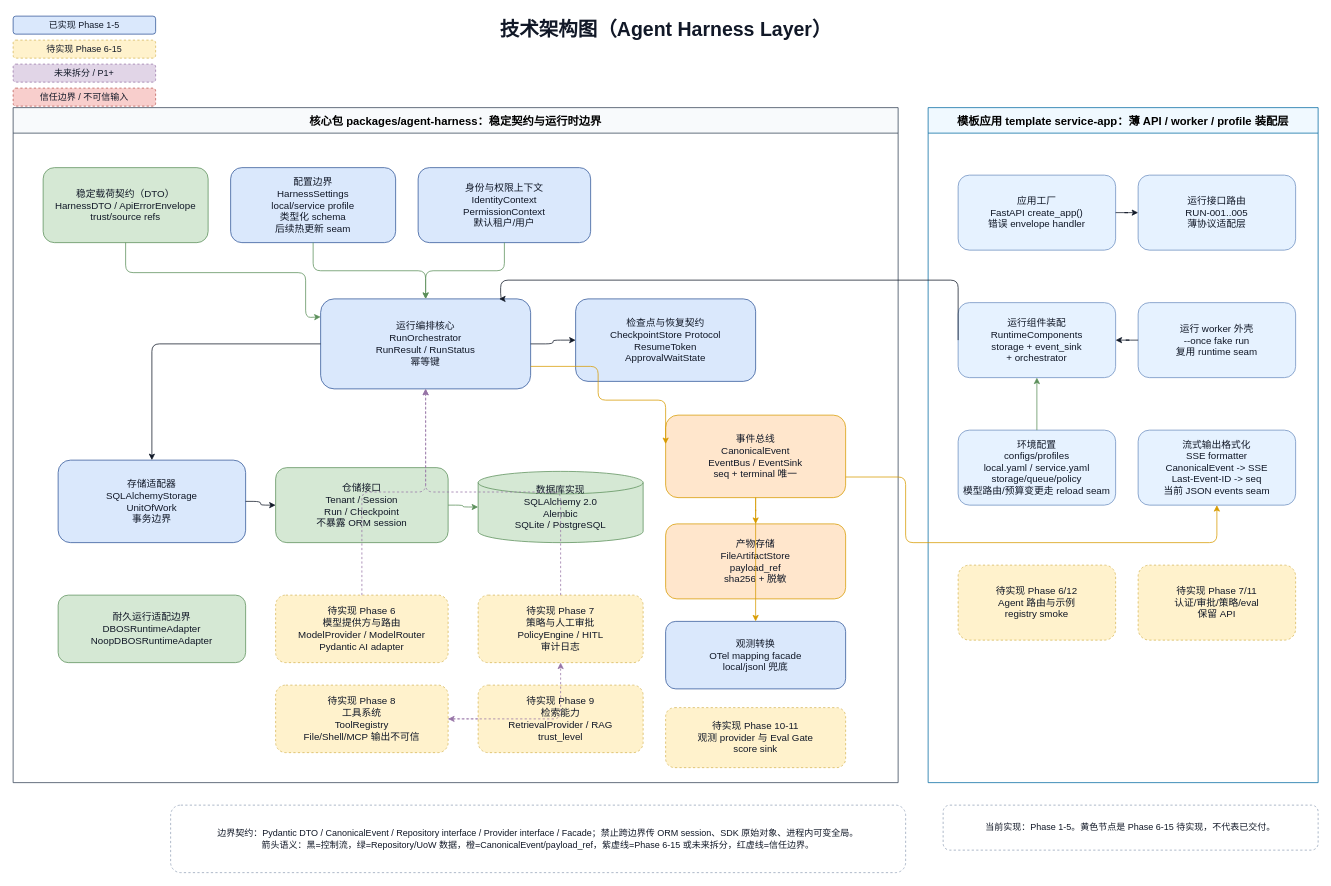
This is docs/architecture/agent-harness-technical-architecture.drawio from wdmcheng/agent-harness-layer, a draw.io file, before an edit. Source tidied: cells renumbered, new cells numbered last; positions are measured from the earlier drawing's top-left corner, leaving out a move shared by most shapes. Both pictures are drawn from the tidied source at 75%, with x=0, y=0 at pixel (13, 13).
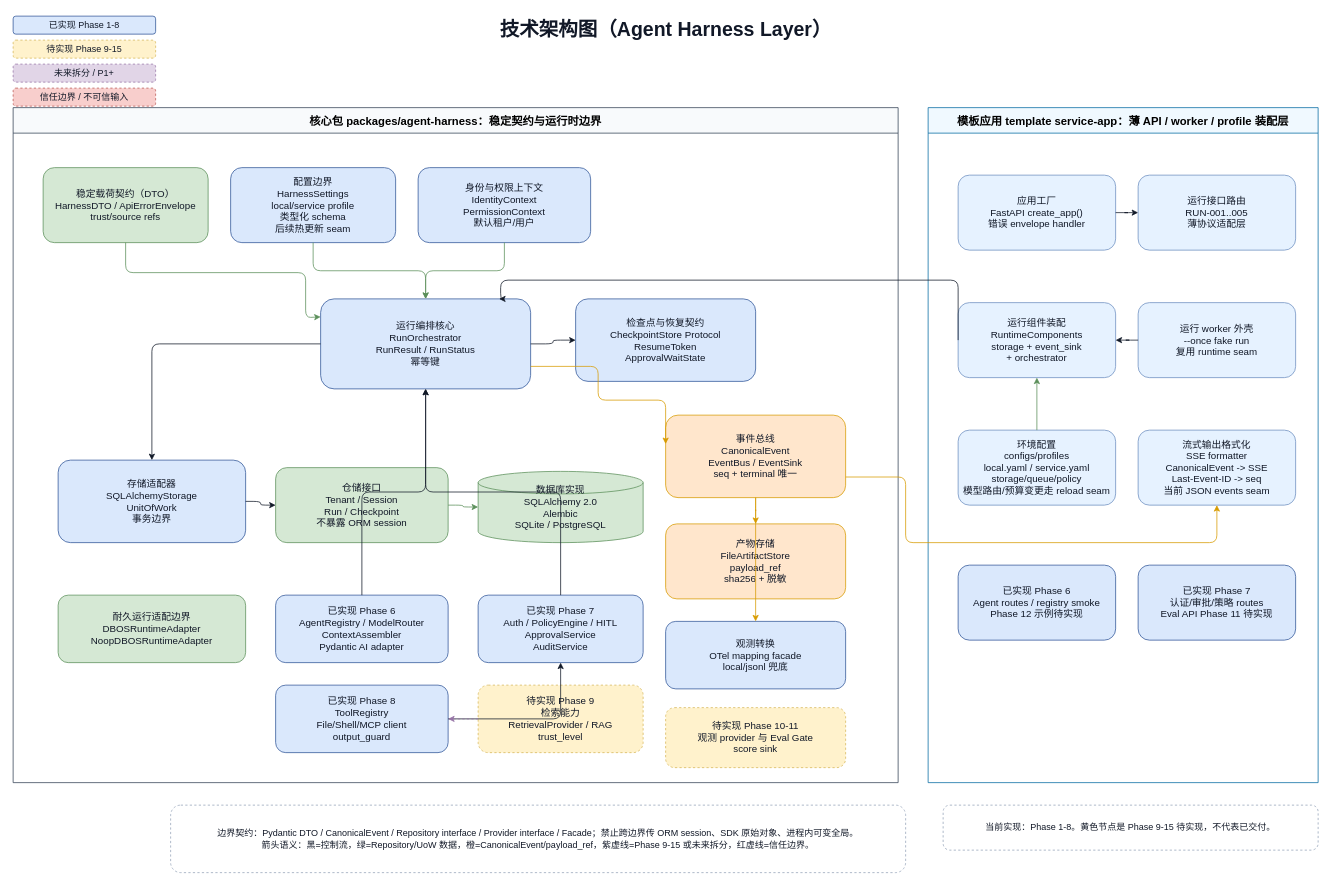
The same diagram, later.

Commit message (it also covers changes not shown here):
docs: update architecture diagrams for phase 8

The change refers to these unchanged cells:
```xml
<mxCell id="7" value="核心包 packages/agent-harness：稳定契约与运行时边界" style="swimlane;startSize=34;html=1;whiteSpace=wrap;rounded=0;fontSize=15;fontStyle=1;fillColor=#f8fafc;strokeColor=#334155;" parent="1" vertex="1">
  <mxGeometry y="126" width="1180" height="900" as="geometry" />
</mxCell>
<mxCell id="8" value="模板应用 template service-app：薄 API / worker / profile 装配层" style="swimlane;startSize=34;html=1;whiteSpace=wrap;rounded=0;fontSize=15;fontStyle=1;fillColor=#f0f9ff;strokeColor=#0369a1;" parent="1" vertex="1">
  <mxGeometry x="1220" y="126" width="520" height="900" as="geometry" />
</mxCell>
<mxCell id="14" value="运行编排核心&#10;RunOrchestrator&#10;RunResult / RunStatus&#10;幂等键" style="rounded=1;whiteSpace=wrap;html=1;fillColor=#dae8fc;strokeColor=#2f5597;fontColor=#111827;fontSize=13;" parent="7" vertex="1">
  <mxGeometry x="410" y="255" width="280" height="120" as="geometry" />
</mxCell>
```

Change to the diagram source:
```diff
@@
-    <mxCell id="3" value="已实现 Phase 1-5" style="rounded=1;whiteSpace=wrap;html=1;fillColor=#dae8fc;strokeColor=#2f5597;fontColor=#111827;fontSize=13;fontSize=12;" parent="1" vertex="1">
+    <mxCell id="3" value="已实现 Phase 1-8" style="rounded=1;whiteSpace=wrap;html=1;fillColor=#dae8fc;strokeColor=#2f5597;fontColor=#111827;fontSize=13;fontSize=12;" parent="1" vertex="1">
       <mxGeometry y="4" width="190" height="24" as="geometry" />
     </mxCell>
-    <mxCell id="4" value="待实现 Phase 6-15" style="rounded=1;whiteSpace=wrap;html=1;fillColor=#fff2cc;strokeColor=#d6b656;fontColor=#111827;fontSize=13;dashed=1;fontSize=12;" parent="1" vertex="1">
+    <mxCell id="4" value="待实现 Phase 9-15" style="rounded=1;whiteSpace=wrap;html=1;fillColor=#fff2cc;strokeColor=#d6b656;fontColor=#111827;fontSize=13;dashed=1;fontSize=12;" parent="1" vertex="1">
       <mxGeometry y="36" width="190" height="24" as="geometry" />
     </mxCell>
@@
-    <mxCell id="9" value="边界契约：Pydantic DTO / CanonicalEvent / Repository interface / Provider interface / Facade；禁止跨边界传 ORM session、SDK 原始对象、进程内可变全局。&#10;箭头语义：黑=控制流，绿=Repository/UoW 数据，橙=CanonicalEvent/payload_ref，紫虚线=Phase 6-15 或未来拆分，红虚线=信任边界。" style="rounded=1;whiteSpace=wrap;html=1;fillColor=#ffffff;strokeColor=#94a3b8;fontColor=#111827;fontSize=12;dashed=1;" parent="1" vertex="1">
+    <mxCell id="9" value="边界契约：Pydantic DTO / CanonicalEvent / Repository interface / Provider interface / Facade；禁止跨边界传 ORM session、SDK 原始对象、进程内可变全局。&#10;箭头语义：黑=控制流，绿=Repository/UoW 数据，橙=CanonicalEvent/payload_ref，紫虚线=Phase 9-15 或未来拆分，红虚线=信任边界。" style="rounded=1;whiteSpace=wrap;html=1;fillColor=#ffffff;strokeColor=#94a3b8;fontColor=#111827;fontSize=12;dashed=1;" parent="1" vertex="1">
       <mxGeometry x="210" y="1056" width="980" height="90" as="geometry" />
     </mxCell>
-    <mxCell id="10" value="当前实现：Phase 1-5。黄色节点是 Phase 6-15 待实现，不代表已交付。" style="rounded=1;whiteSpace=wrap;html=1;fillColor=#ffffff;strokeColor=#94a3b8;fontColor=#111827;fontSize=12;dashed=1;" parent="1" vertex="1">
+    <mxCell id="10" value="当前实现：Phase 1-8。黄色节点是 Phase 9-15 待实现，不代表已交付。" style="rounded=1;whiteSpace=wrap;html=1;fillColor=#ffffff;strokeColor=#94a3b8;fontColor=#111827;fontSize=12;dashed=1;" parent="1" vertex="1">
       <mxGeometry x="1240" y="1056" width="500" height="60" as="geometry" />
     </mxCell>
@@
-    <mxCell id="23" value="待实现 Phase 6&#10;模型提供方与路由&#10;ModelProvider / ModelRouter&#10;Pydantic AI adapter" style="rounded=1;whiteSpace=wrap;html=1;fillColor=#fff2cc;strokeColor=#d6b656;fontColor=#111827;fontSize=13;dashed=1;" parent="7" vertex="1">
+    <mxCell id="23" value="已实现 Phase 6&#10;AgentRegistry / ModelRouter&#10;ContextAssembler&#10;Pydantic AI adapter" style="rounded=1;whiteSpace=wrap;html=1;fillColor=#dae8fc;strokeColor=#2f5597;fontColor=#111827;fontSize=13;" parent="7" vertex="1">
       <mxGeometry x="350" y="650" width="230" height="90" as="geometry" />
     </mxCell>
-    <mxCell id="24" value="待实现 Phase 7&#10;策略与人工审批&#10;PolicyEngine / HITL&#10;审计日志" style="rounded=1;whiteSpace=wrap;html=1;fillColor=#fff2cc;strokeColor=#d6b656;fontColor=#111827;fontSize=13;dashed=1;" parent="7" vertex="1">
+    <mxCell id="24" value="已实现 Phase 7&#10;Auth / PolicyEngine / HITL&#10;ApprovalService&#10;AuditService" style="rounded=1;whiteSpace=wrap;html=1;fillColor=#dae8fc;strokeColor=#2f5597;fontColor=#111827;fontSize=13;" parent="7" vertex="1">
       <mxGeometry x="620" y="650" width="220" height="90" as="geometry" />
     </mxCell>
-    <mxCell id="25" value="待实现 Phase 8&#10;工具系统&#10;ToolRegistry&#10;File/Shell/MCP 输出不可信" style="rounded=1;whiteSpace=wrap;html=1;fillColor=#fff2cc;strokeColor=#d6b656;fontColor=#111827;fontSize=13;dashed=1;" parent="7" vertex="1">
+    <mxCell id="25" value="已实现 Phase 8&#10;ToolRegistry&#10;File/Shell/MCP client&#10;output_guard" style="rounded=1;whiteSpace=wrap;html=1;fillColor=#dae8fc;strokeColor=#2f5597;fontColor=#111827;fontSize=13;" parent="7" vertex="1">
       <mxGeometry x="350" y="770" width="230" height="90" as="geometry" />
     </mxCell>
@@
-    <mxCell id="34" value="待实现 Phase 6/12&#10;Agent 路由与示例&#10;registry smoke" style="rounded=1;whiteSpace=wrap;html=1;fillColor=#fff2cc;strokeColor=#d6b656;fontColor=#111827;fontSize=13;dashed=1;" parent="8" vertex="1">
+    <mxCell id="34" value="已实现 Phase 6&#10;Agent routes / registry smoke&#10;Phase 12 示例待实现" style="rounded=1;whiteSpace=wrap;html=1;fillColor=#dae8fc;strokeColor=#2f5597;fontColor=#111827;fontSize=13;" parent="8" vertex="1">
       <mxGeometry x="40" y="610" width="210" height="100" as="geometry" />
     </mxCell>
-    <mxCell id="35" value="待实现 Phase 7/11&#10;认证/审批/策略/eval&#10;保留 API" style="rounded=1;whiteSpace=wrap;html=1;fillColor=#fff2cc;strokeColor=#d6b656;fontColor=#111827;fontSize=13;dashed=1;" parent="8" vertex="1">
+    <mxCell id="35" value="已实现 Phase 7&#10;认证/审批/策略 routes&#10;Eval API Phase 11 待实现" style="rounded=1;whiteSpace=wrap;html=1;fillColor=#dae8fc;strokeColor=#2f5597;fontColor=#111827;fontSize=13;" parent="8" vertex="1">
       <mxGeometry x="280" y="610" width="210" height="100" as="geometry" />
     </mxCell>
@@
-    <mxCell id="51" style="edgeStyle=orthogonalEdgeStyle;rounded=1;jettySize=auto;html=1;fontSize=11;labelBackgroundColor=#ffffff;strokeColor=#9673a6;dashed=1;" parent="1" edge="1" source="23" target="14">
+    <mxCell id="51" style="edgeStyle=orthogonalEdgeStyle;rounded=1;jettySize=auto;html=1;fontSize=11;labelBackgroundColor=#ffffff;strokeColor=#111827;" parent="1" edge="1" source="23" target="14">
       <mxGeometry relative="1" as="geometry" />
     </mxCell>
-    <mxCell id="52" style="edgeStyle=orthogonalEdgeStyle;rounded=1;jettySize=auto;html=1;fontSize=11;labelBackgroundColor=#ffffff;strokeColor=#9673a6;dashed=1;" parent="1" edge="1" source="24" target="14">
+    <mxCell id="52" style="edgeStyle=orthogonalEdgeStyle;rounded=1;jettySize=auto;html=1;fontSize=11;labelBackgroundColor=#ffffff;strokeColor=#111827;" parent="1" edge="1" source="24" target="14">
       <mxGeometry relative="1" as="geometry" />
     </mxCell>
-    <mxCell id="53" style="edgeStyle=orthogonalEdgeStyle;rounded=1;jettySize=auto;html=1;fontSize=11;labelBackgroundColor=#ffffff;strokeColor=#9673a6;dashed=1;" parent="1" edge="1" source="25" target="24">
+    <mxCell id="53" style="edgeStyle=orthogonalEdgeStyle;rounded=1;jettySize=auto;html=1;fontSize=11;labelBackgroundColor=#ffffff;strokeColor=#111827;" parent="1" edge="1" source="25" target="24">
       <mxGeometry relative="1" as="geometry" />
     </mxCell>
```
